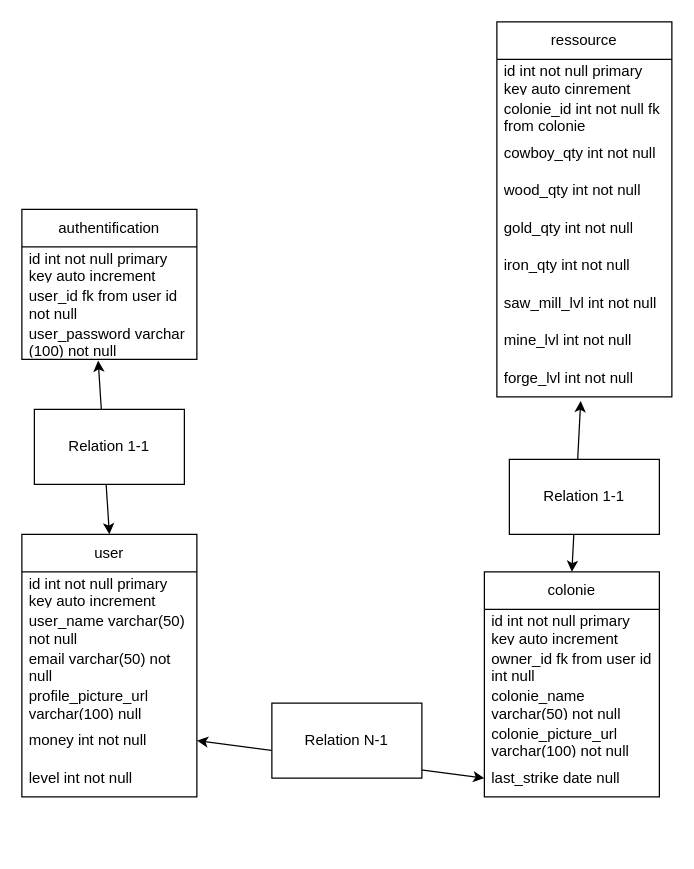
This is Base de donnée farwest.drawio from mathiasSuchail/diagram, a draw.io file, before an edit. Source tidied: cells renumbered, new cells numbered last; positions are measured from the earlier drawing's top-left corner, leaving out a move shared by most shapes. Both pictures are drawn from the tidied source at 125%, with x=0, y=0 at pixel (21, 21).
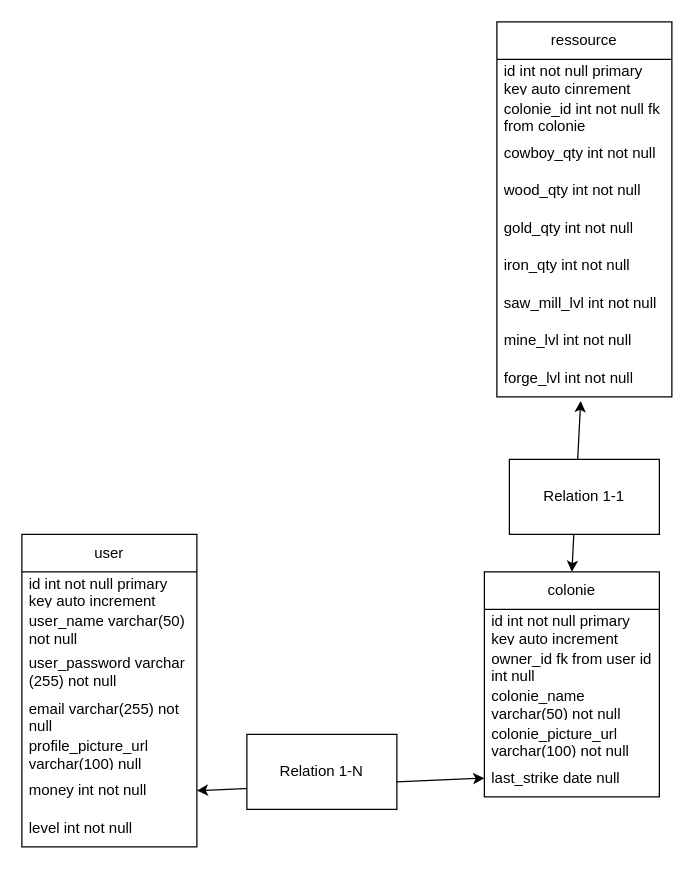
After the change.

Commit message:
Mettre à jour Base de donnée farwest.drawio

What changed in the source:
```diff
@@
     <mxCell id="2" value="user" style="swimlane;fontStyle=0;horizontal=1;startSize=30;whiteSpace=wrap;html=1;" parent="1" vertex="1">
-      <mxGeometry y="410" width="140" height="210" as="geometry" />
+      <mxGeometry y="410" width="140" height="250" as="geometry" />
     </mxCell>
@@
+    <mxCell id="35" value="user_password varchar (255) not null" style="text;strokeColor=none;fillColor=none;align=left;verticalAlign=middle;spacingLeft=4;spacingRight=4;overflow=hidden;whiteSpace=wrap;html=1;" parent="2" vertex="1">
+      <mxGeometry y="90" width="140" height="40" as="geometry" />
+    </mxCell>
-    <mxCell id="5" value="email varchar(50) not null" style="text;strokeColor=none;fillColor=none;align=left;verticalAlign=middle;spacingLeft=4;spacingRight=4;overflow=hidden;whiteSpace=wrap;html=1;" parent="2" vertex="1">
-      <mxGeometry y="90" width="140" height="30" as="geometry" />
+    <mxCell id="5" value="email varchar(255) not null" style="text;strokeColor=none;fillColor=none;align=left;verticalAlign=middle;spacingLeft=4;spacingRight=4;overflow=hidden;whiteSpace=wrap;html=1;" parent="2" vertex="1">
+      <mxGeometry y="130" width="140" height="30" as="geometry" />
     </mxCell>
     <mxCell id="6" value="profile_picture_url varchar(100) null" style="text;strokeColor=none;fillColor=none;align=left;verticalAlign=middle;spacingLeft=4;spacingRight=4;overflow=hidden;whiteSpace=wrap;html=1;" parent="2" vertex="1">
-      <mxGeometry y="120" width="140" height="30" as="geometry" />
+      <mxGeometry y="160" width="140" height="30" as="geometry" />
     </mxCell>
     <mxCell id="7" value="money int not null" style="text;strokeColor=none;fillColor=none;align=left;verticalAlign=middle;spacingLeft=4;spacingRight=4;overflow=hidden;points=[[0,0.5],[1,0.5]];portConstraint=eastwest;whiteSpace=wrap;html=1;" parent="2" vertex="1">
-      <mxGeometry y="150" width="140" height="30" as="geometry" />
+      <mxGeometry y="190" width="140" height="30" as="geometry" />
     </mxCell>
     <mxCell id="8" value="level int not null" style="text;strokeColor=none;fillColor=none;align=left;verticalAlign=middle;spacingLeft=4;spacingRight=4;overflow=hidden;whiteSpace=wrap;html=1;" parent="2" vertex="1">
-      <mxGeometry y="180" width="140" height="30" as="geometry" />
+      <mxGeometry y="220" width="140" height="30" as="geometry" />
     </mxCell>
-    <mxCell id="9" value="&lt;div&gt;authentification&lt;/div&gt;" style="swimlane;fontStyle=0;horizontal=1;startSize=30;whiteSpace=wrap;html=1;" parent="1" vertex="1">
-      <mxGeometry y="150" width="140" height="120" as="geometry" />
-    </mxCell>
-    <mxCell id="10" value="id int not null primary key auto increment" style="text;strokeColor=none;fillColor=none;align=left;verticalAlign=middle;spacingLeft=4;spacingRight=4;overflow=hidden;whiteSpace=wrap;html=1;" parent="9" vertex="1">
-      <mxGeometry y="30" width="140" height="30" as="geometry" />
-    </mxCell>
-    <mxCell id="11" value="user_id fk from user id not null" style="text;strokeColor=none;fillColor=none;align=left;verticalAlign=middle;spacingLeft=4;spacingRight=4;overflow=hidden;whiteSpace=wrap;html=1;" parent="9" vertex="1">
-      <mxGeometry y="60" width="140" height="30" as="geometry" />
-    </mxCell>
-    <mxCell id="12" value="user_password varchar (100) not null" style="text;strokeColor=none;fillColor=none;align=left;verticalAlign=middle;spacingLeft=4;spacingRight=4;overflow=hidden;points=[[0,0.5],[1,0.5]];portConstraint=eastwest;whiteSpace=wrap;html=1;" parent="9" vertex="1">
-      <mxGeometry y="90" width="140" height="30" as="geometry" />
-    </mxCell>
-    <mxCell id="13" style="endArrow=classic;startArrow=classic;html=1;rounded=0;entryX=0.436;entryY=1.033;entryDx=0;entryDy=0;entryPerimeter=0;exitX=0.5;exitY=0;exitDx=0;exitDy=0;" parent="1" edge="1" source="2" target="12">
-      <mxGeometry relative="1" as="geometry" />
-    </mxCell>
-    <mxCell id="14" value="Relation 1-1" style="rounded=0;whiteSpace=wrap;html=1;" parent="1" vertex="1">
-      <mxGeometry x="10" y="310" width="120" height="60" as="geometry" />
-    </mxCell>
@@
-    <mxCell id="22" value="Relation N-1" style="rounded=0;whiteSpace=wrap;html=1;" parent="1" vertex="1">
-      <mxGeometry x="200" y="545" width="120" height="60" as="geometry" />
+    <mxCell id="22" value="Relation 1-N" style="rounded=0;whiteSpace=wrap;html=1;" parent="1" vertex="1">
+      <mxGeometry x="180" y="570" width="120" height="60" as="geometry" />
     </mxCell>
```
